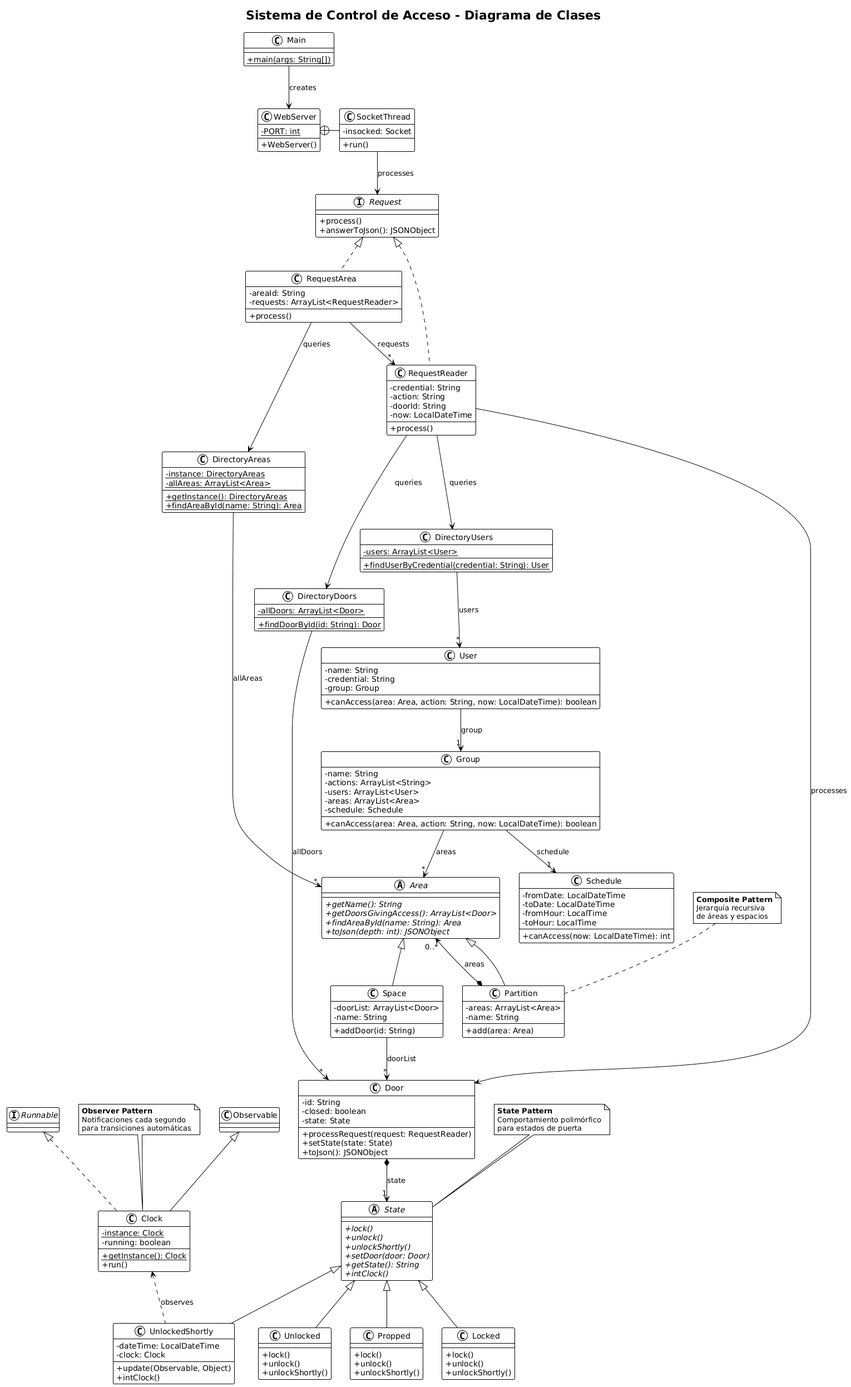
The PlantUML diagram src/baseNoStates/uml/base_no_states.png in Mura894/acs_students_grup41, before a commit.
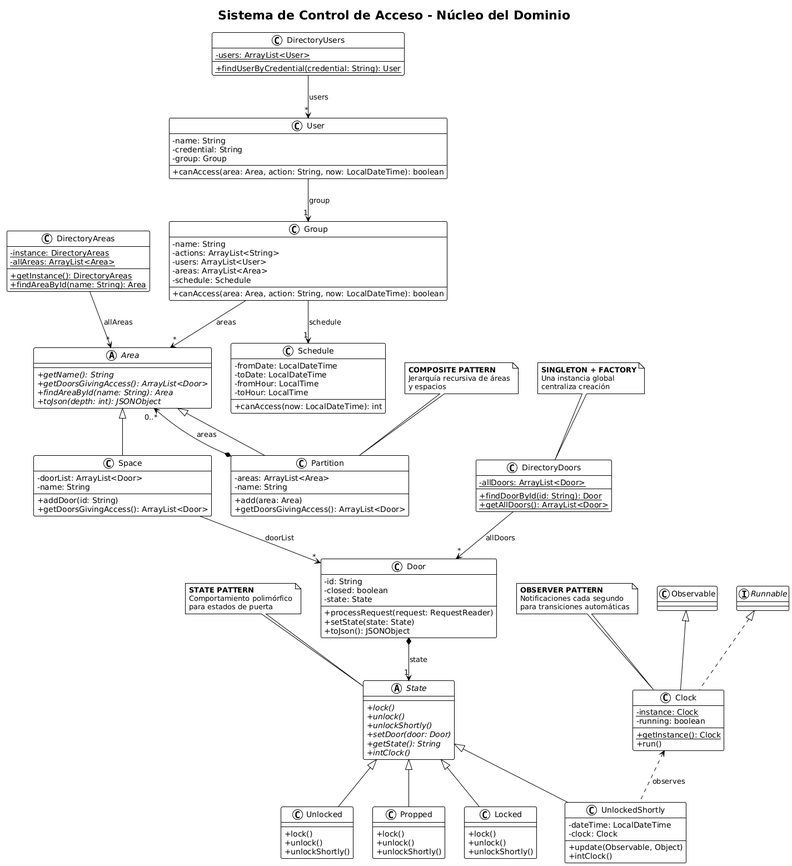
Above is the later version.

Commit message:
Arreglado UML

Diff of the diagram source:
```diff
@@ -1,23 +1,7 @@
 @startuml
 !theme plain
 skinparam classAttributeIconSize 0
-title Sistema de Control de Acceso - Diagrama de Clases
-
-class Main {
-  + {static} main(args: String[])
-}
-
-class WebServer {
-  - {static} PORT: int
-  + WebServer()
-}
-
-class SocketThread {
-  - insocked: Socket
-  + run()
-}
-
-WebServer +-right- SocketThread
+title Sistema de Control de Acceso - Núcleo del Dominio
 
 class Door {
   - id: String
@@ -79,24 +63,17 @@
   - doorList: ArrayList<Door>
   - name: String
   + addDoor(id: String)
+  + getDoorsGivingAccess(): ArrayList<Door>
 }
 
 class Partition extends Area {
   - areas: ArrayList<Area>
   - name: String
   + add(area: Area)
+  + getDoorsGivingAccess(): ArrayList<Door>
 }
 
 Partition *--> "0..*" Area : areas
-
-class DirectoryAreas {
-  - {static} instance: DirectoryAreas
-  - {static} allAreas: ArrayList<Area>
-  + {static} getInstance(): DirectoryAreas
-  + {static} findAreaById(name: String): Area
-}
-
-DirectoryAreas --> "*" Area : allAreas
 Space --> "*" Door : doorList
 
 class User {
@@ -127,34 +104,6 @@
 Group --> "1" Schedule : schedule
 Group --> "*" Area : areas
 
-class DirectoryUsers {
-  - {static} users: ArrayList<User>
-  + {static} findUserByCredential(credential: String): User
-}
-
-DirectoryUsers --> "*" User : users
-
-interface Request {
-  + process()
-  + answerToJson(): JSONObject
-}
-
-class RequestReader implements Request {
-  - credential: String
-  - action: String
-  - doorId: String
-  - now: LocalDateTime
-  + process()
-}
-
-class RequestArea implements Request {
-  - areaId: String
-  - requests: ArrayList<RequestReader>
-  + process()
-}
-
-RequestArea --> "*" RequestReader : requests
-
 class Clock extends Observable implements Runnable {
   - {static} instance: Clock
   - running: boolean
@@ -167,32 +116,46 @@
 class DirectoryDoors {
   - {static} allDoors: ArrayList<Door>
   + {static} findDoorById(id: String): Door
+  + {static} getAllDoors(): ArrayList<Door>
+}
+
+class DirectoryUsers {
+  - {static} users: ArrayList<User>
+  + {static} findUserByCredential(credential: String): User
+}
+
+class DirectoryAreas {
+  - {static} instance: DirectoryAreas
+  - {static} allAreas: ArrayList<Area>
+  + {static} getInstance(): DirectoryAreas
+  + {static} findAreaById(name: String): Area
 }
 
 DirectoryDoors --> "*" Door : allDoors
-
-Main --> WebServer : creates
-SocketThread --> Request : processes
-RequestReader --> DirectoryUsers : queries
-RequestReader --> DirectoryDoors : queries
-RequestReader --> Door : processes
-RequestArea --> DirectoryAreas : queries
+DirectoryUsers --> "*" User : users
+DirectoryAreas --> "*" Area : allAreas
 
 note top of State
-<b>State Pattern</b>
+<b>STATE PATTERN</b>
 Comportamiento polimórfico
 para estados de puerta
 end note
 
 note top of Partition
-<b>Composite Pattern</b>
-Jerarquía recursiva
-de áreas y espacios
+<b>COMPOSITE PATTERN</b>
+Jerarquía recursiva de áreas
+y espacios
 end note
 
 note top of Clock
-<b>Observer Pattern</b>
+<b>OBSERVER PATTERN</b>
 Notificaciones cada segundo
 para transiciones automáticas
 end note
+
+note top of DirectoryDoors
+<b>SINGLETON + FACTORY</b>
+Una instancia global
+centraliza creación
+end note
 @enduml
```
